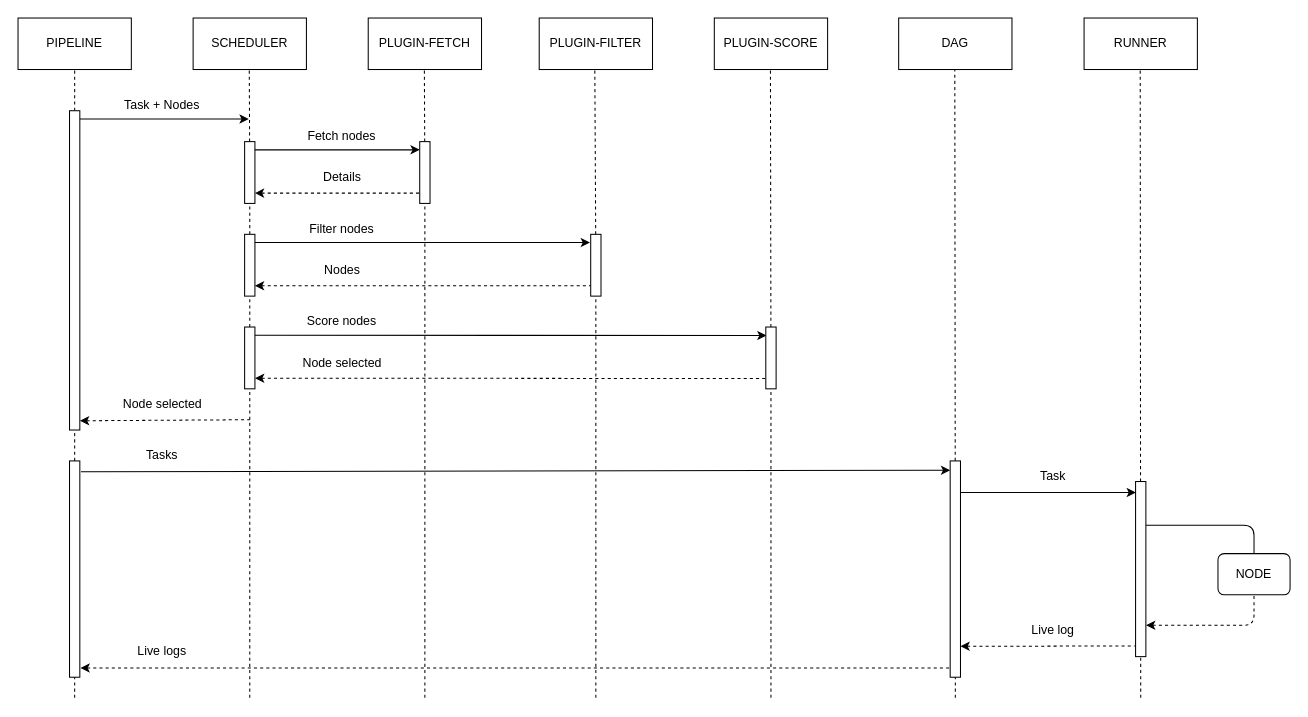
The draw.io diagram flow.drawio in pipego/deploy, before the edit. Source tidied: cells renumbered, new cells numbered last; positions are measured from the earlier drawing's top-left corner, leaving out a move shared by most shapes. Both pictures are drawn from the tidied source at 103%, with x=0, y=0 at pixel (18, 18).
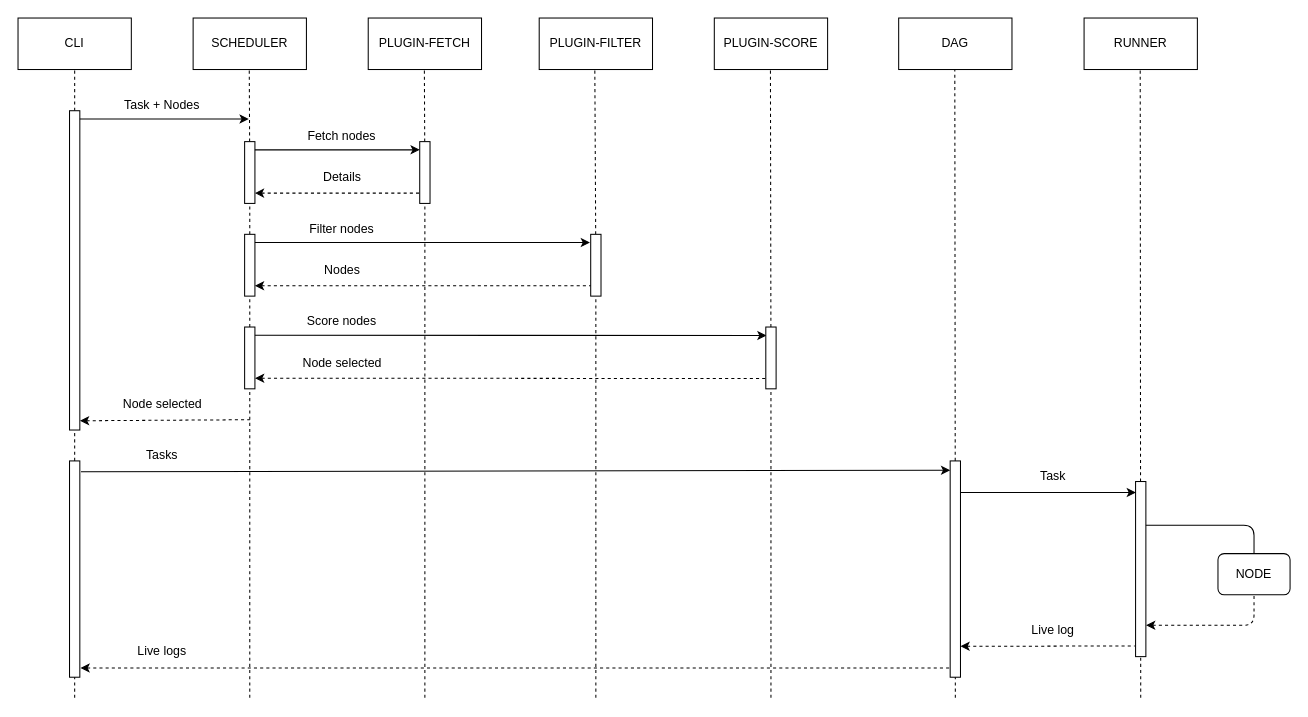
After the change.

Commit message:
doc(flow): update flow diagram

Diff of the diagram source:
```diff
@@
-    <mxCell id="3" value="PIPELINE" style="rounded=0;whiteSpace=wrap;html=1;" parent="1" vertex="1">
+    <mxCell id="3" value="CLI" style="rounded=0;whiteSpace=wrap;html=1;" parent="1" vertex="1">
       <mxGeometry width="110" height="50" as="geometry" />
     </mxCell>
```
